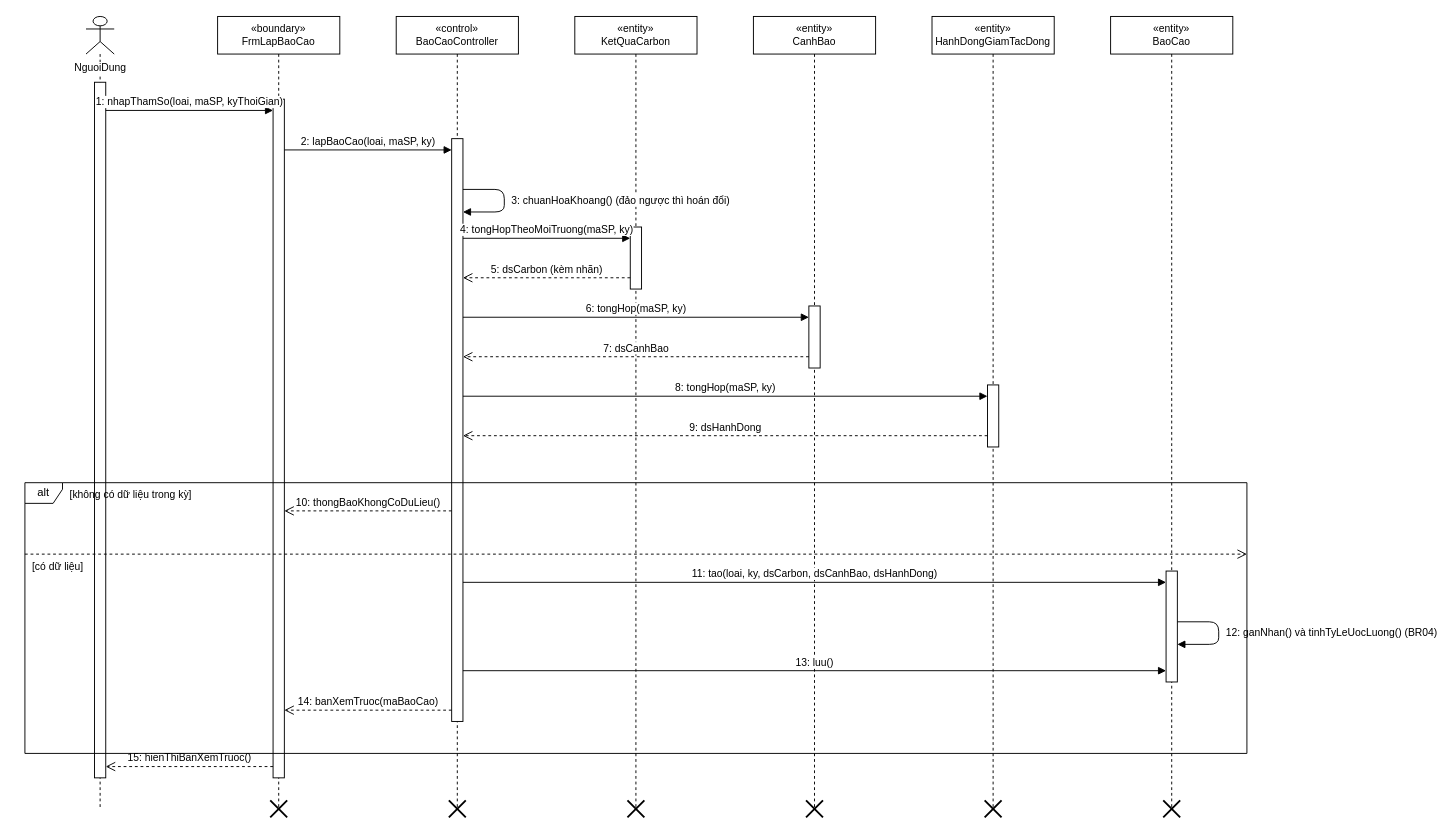
Before: docs/diagrams/03_TuanTu/UC_GD_020_Sequence_LapBaoCao.drawio in TranThienNhan8279/GreenDash, a draw.io diagram. Source tidied: cells renumbered, new cells numbered last; positions are measured from the earlier drawing's top-left corner, leaving out a move shared by most shapes. Both pictures are drawn from the tidied source at 94%, with x=0, y=0 at pixel (24, 16).
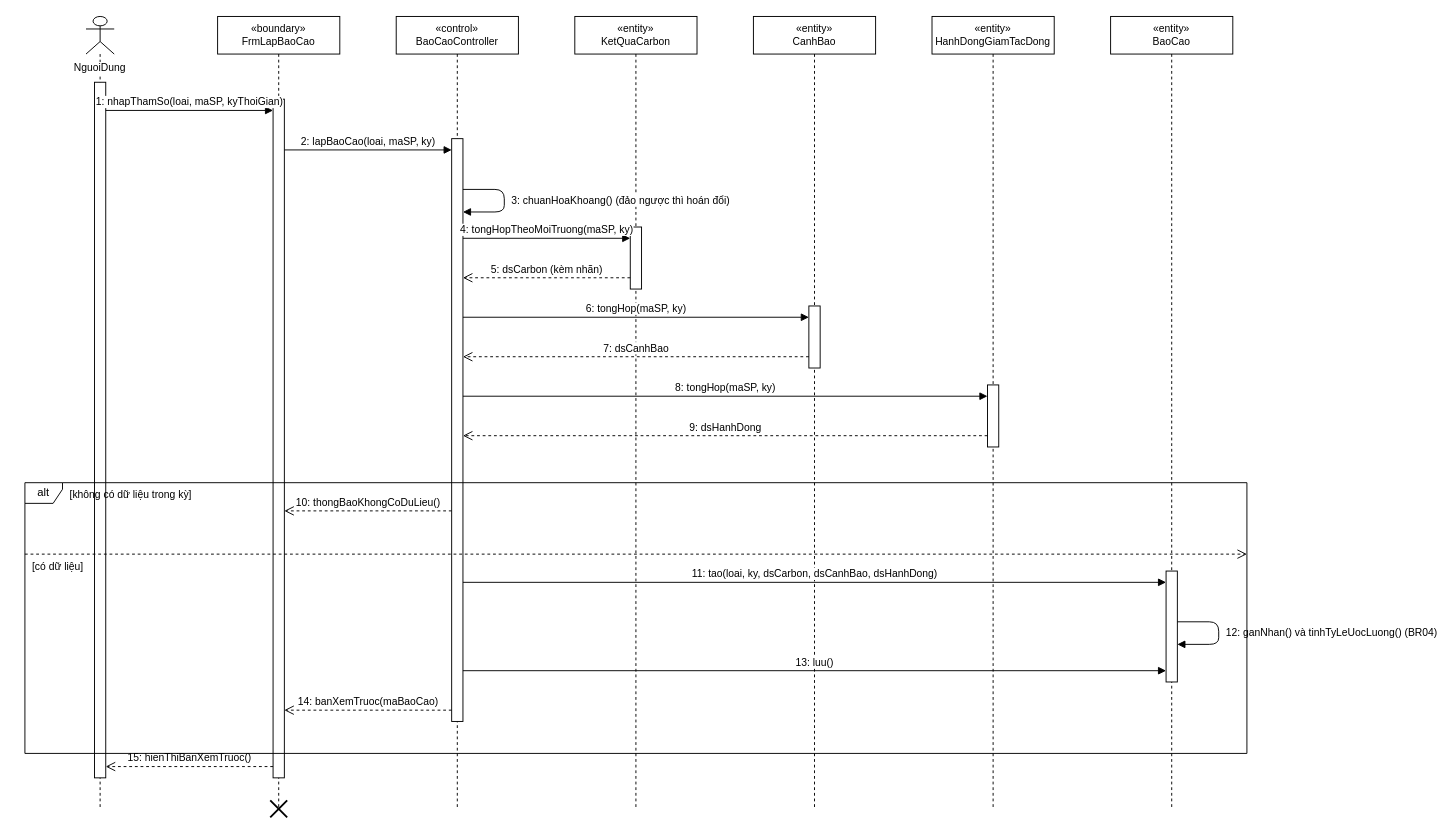
After the change.

The edit, as a diff of the source:
```diff
@@
-    <mxCell id="2" value="NguoiDung" style="shape=umlLifeline;participant=umlActor;verticalAlign=top;spacingTop=42;labelBackgroundColor=#ffffff;perimeter=lifelinePerimeter;whiteSpace=nowrap;html=1;fontSize=11;" parent="1" vertex="1">
+    <mxCell id="2" value="NguoiDung" style="shape=umlLifeline;participant=umlActor;verticalAlign=top;spacingTop=42;labelBackgroundColor=#ffffff;perimeter=lifelinePerimeter;whiteSpace=wrap;html=1;fontSize=11;" parent="1" vertex="1">
       <mxGeometry x="65" width="30" height="843" as="geometry" />
     </mxCell>
@@
-    <mxCell id="13" style="shape=umlDestroy;html=1;strokeWidth=2;strokeColor=#000000;" parent="1" vertex="1">
-      <mxGeometry x="451" y="834" width="18" height="18" as="geometry" />
-    </mxCell>
@@
-    <mxCell id="15" style="shape=umlDestroy;html=1;strokeWidth=2;strokeColor=#000000;" parent="1" vertex="1">
-      <mxGeometry x="641" y="834" width="18" height="18" as="geometry" />
-    </mxCell>
@@
-    <mxCell id="17" style="shape=umlDestroy;html=1;strokeWidth=2;strokeColor=#000000;" parent="1" vertex="1">
-      <mxGeometry x="831" y="834" width="18" height="18" as="geometry" />
-    </mxCell>
@@
-    <mxCell id="19" style="shape=umlDestroy;html=1;strokeWidth=2;strokeColor=#000000;" parent="1" vertex="1">
-      <mxGeometry x="1021" y="834" width="18" height="18" as="geometry" />
-    </mxCell>
@@
-    <mxCell id="21" style="shape=umlDestroy;html=1;strokeWidth=2;strokeColor=#000000;" parent="1" vertex="1">
-      <mxGeometry x="1211" y="834" width="18" height="18" as="geometry" />
-    </mxCell>
```
